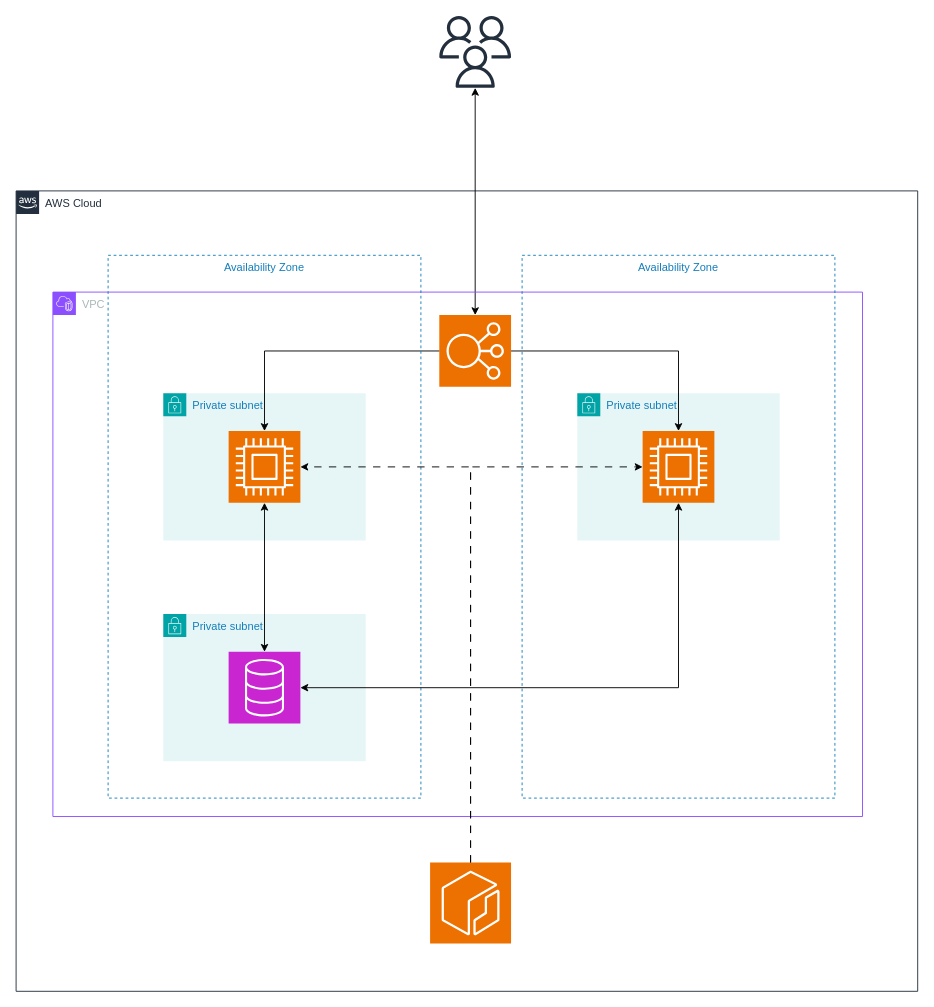
This is pyeditorial_diagram.drawio from erenduyuk/PyEditorial, a draw.io file, before an edit. Source tidied: cells renumbered, new cells numbered last; positions are measured from the earlier drawing's top-left corner, leaving out a move shared by most shapes. Both pictures are drawn from the tidied source at 92%, with x=0, y=0 at pixel (16, 16).
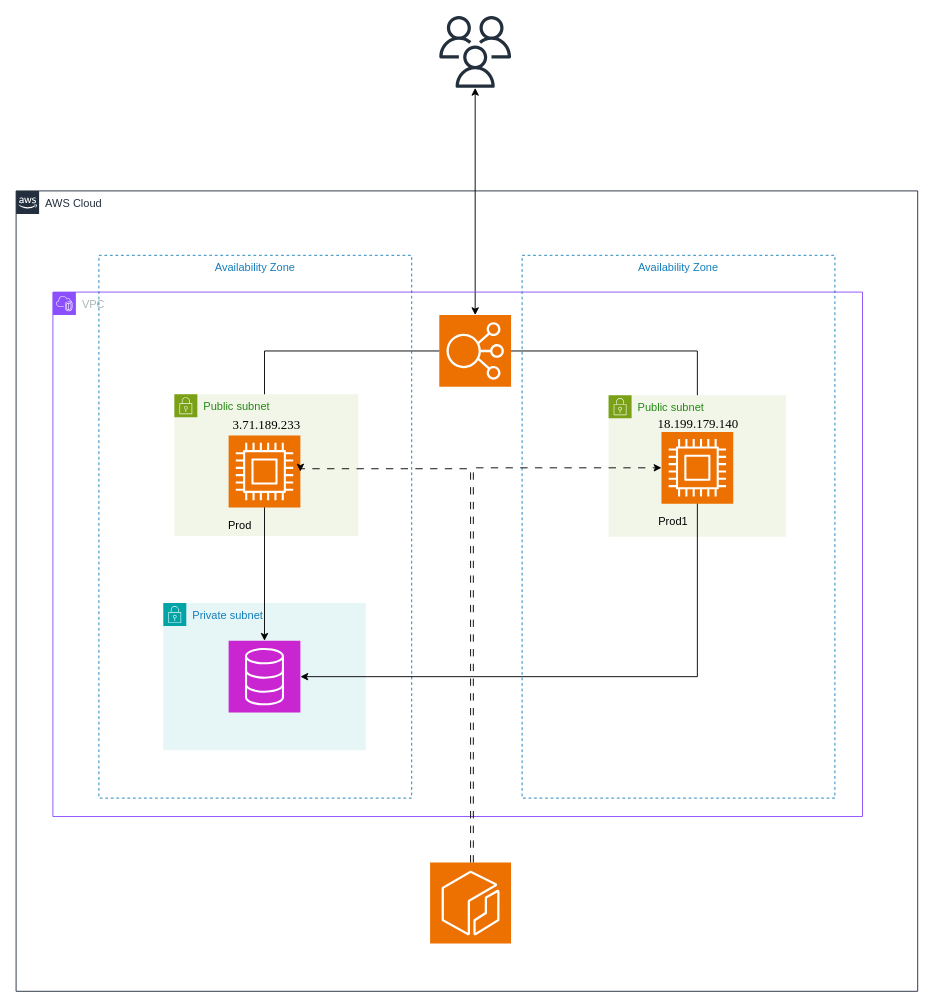
Above is the later version.

Unchanged cells that the change refers to:
```xml
<mxCell id="5" value="VPC" style="gradientColor=none;html=1;whiteSpace=wrap;fontSize=12;fontStyle=0;shape=mxgraph.aws4.group;grIcon=mxgraph.aws4.group_vpc2;strokeColor=#8C4FFF;fillColor=none;verticalAlign=top;align=left;spacingLeft=30;fontColor=#AAB7B8;dashed=0;" parent="1" vertex="1">
  <mxGeometry x="40" y="300" width="880" height="570" as="geometry" />
</mxCell>
<mxCell id="7" style="sketch=0;points=[[0,0,0],[0.25,0,0],[0.5,0,0],[0.75,0,0],[1,0,0],[0,1,0],[0.25,1,0],[0.5,1,0],[0.75,1,0],[1,1,0],[0,0.25,0],[0,0.5,0],[0,0.75,0],[1,0.25,0],[1,0.5,0],[1,0.75,0]];outlineConnect=0;fontColor=#232F3E;fillColor=#C925D1;strokeColor=#ffffff;dashed=0;verticalLabelPosition=bottom;verticalAlign=top;align=center;html=1;fontSize=12;fontStyle=0;shape=mxgraph.aws4.resourceIcon;resIcon=mxgraph.aws4.database;" parent="6" vertex="1">
  <mxGeometry x="71" y="41" width="78" height="78" as="geometry" />
</mxCell>
<mxCell id="8" style="sketch=0;points=[[0,0,0],[0.25,0,0],[0.5,0,0],[0.75,0,0],[1,0,0],[0,1,0],[0.25,1,0],[0.5,1,0],[0.75,1,0],[1,1,0],[0,0.25,0],[0,0.5,0],[0,0.75,0],[1,0.25,0],[1,0.5,0],[1,0.75,0]];outlineConnect=0;fontColor=#232F3E;fillColor=#ED7100;strokeColor=#ffffff;dashed=0;verticalLabelPosition=bottom;verticalAlign=top;align=center;html=1;fontSize=12;fontStyle=0;shape=mxgraph.aws4.resourceIcon;resIcon=mxgraph.aws4.elastic_load_balancing;" parent="5" vertex="1">
  <mxGeometry x="420" y="25" width="78" height="78" as="geometry" />
</mxCell>
<mxCell id="18" style="sketch=0;points=[[0,0,0],[0.25,0,0],[0.5,0,0],[0.75,0,0],[1,0,0],[0,1,0],[0.25,1,0],[0.5,1,0],[0.75,1,0],[1,1,0],[0,0.25,0],[0,0.5,0],[0,0.75,0],[1,0.25,0],[1,0.5,0],[1,0.75,0]];outlineConnect=0;fontColor=#232F3E;fillColor=#ED7100;strokeColor=#ffffff;dashed=0;verticalLabelPosition=bottom;verticalAlign=top;align=center;html=1;fontSize=12;fontStyle=0;shape=mxgraph.aws4.resourceIcon;resIcon=mxgraph.aws4.ecr;" parent="1" vertex="1">
  <mxGeometry x="450" y="920" width="88" height="88" as="geometry" />
</mxCell>
```

The edit, as a diff of the source:
```diff
@@
     <mxCell id="6" value="Private subnet" style="gradientColor=none;html=1;whiteSpace=wrap;fontSize=12;fontStyle=0;shape=mxgraph.aws4.group;grIcon=mxgraph.aws4.group_security_group;grStroke=0;strokeColor=#00A4A6;fillColor=#E6F6F7;verticalAlign=top;align=left;spacingLeft=30;fontColor=#147EBA;dashed=0;" parent="5" vertex="1">
-      <mxGeometry x="120" y="350" width="220" height="160" as="geometry" />
+      <mxGeometry x="120" y="338" width="220" height="160" as="geometry" />
     </mxCell>
@@
-    <mxCell id="9" value="Private subnet" style="gradientColor=none;html=1;whiteSpace=wrap;fontSize=12;fontStyle=0;shape=mxgraph.aws4.group;grIcon=mxgraph.aws4.group_security_group;grStroke=0;strokeColor=#00A4A6;fillColor=#E6F6F7;verticalAlign=top;align=left;spacingLeft=30;fontColor=#147EBA;dashed=0;" parent="5" vertex="1">
-      <mxGeometry x="120" y="110" width="220" height="160" as="geometry" />
-    </mxCell>
+    <mxCell id="11" style="edgeStyle=orthogonalEdgeStyle;rounded=0;jettySize=auto;html=1;entryX=0.5;entryY=0;entryDx=0;entryDy=0;entryPerimeter=0;" parent="5" edge="1" source="8" target="10">
+      <mxGeometry relative="1" as="geometry" />
+    </mxCell>
+    <mxCell id="22" value="Public subnet" style="gradientColor=none;html=1;whiteSpace=wrap;fontSize=12;fontStyle=0;shape=mxgraph.aws4.group;grIcon=mxgraph.aws4.group_security_group;grStroke=0;strokeColor=#7AA116;fillColor=#F2F6E8;verticalAlign=top;align=left;spacingLeft=30;fontColor=#248814;dashed=0;" parent="5" vertex="1">
+      <mxGeometry x="132" y="111" width="200" height="154" as="geometry" />
+    </mxCell>
-    <mxCell id="10" style="sketch=0;points=[[0,0,0],[0.25,0,0],[0.5,0,0],[0.75,0,0],[1,0,0],[0,1,0],[0.25,1,0],[0.5,1,0],[0.75,1,0],[1,1,0],[0,0.25,0],[0,0.5,0],[0,0.75,0],[1,0.25,0],[1,0.5,0],[1,0.75,0]];outlineConnect=0;fontColor=#232F3E;fillColor=#ED7100;strokeColor=#ffffff;dashed=0;verticalLabelPosition=bottom;verticalAlign=top;align=center;html=1;fontSize=12;fontStyle=0;shape=mxgraph.aws4.resourceIcon;resIcon=mxgraph.aws4.compute;" parent="9" vertex="1">
-      <mxGeometry x="71" y="41" width="78" height="78" as="geometry" />
+    <mxCell id="10" style="sketch=0;points=[[0,0,0],[0.25,0,0],[0.5,0,0],[0.75,0,0],[1,0,0],[0,1,0],[0.25,1,0],[0.5,1,0],[0.75,1,0],[1,1,0],[0,0.25,0],[0,0.5,0],[0,0.75,0],[1,0.25,0],[1,0.5,0],[1,0.75,0]];outlineConnect=0;fontColor=#232F3E;fillColor=#ED7100;strokeColor=#ffffff;dashed=0;verticalLabelPosition=bottom;verticalAlign=top;align=center;html=1;fontSize=12;fontStyle=0;shape=mxgraph.aws4.resourceIcon;resIcon=mxgraph.aws4.compute;" parent="22" vertex="1">
+      <mxGeometry x="59" y="45" width="78" height="78" as="geometry" />
     </mxCell>
-    <mxCell id="11" style="edgeStyle=orthogonalEdgeStyle;rounded=0;jettySize=auto;html=1;entryX=0.5;entryY=0;entryDx=0;entryDy=0;entryPerimeter=0;" parent="5" edge="1" source="8" target="10">
-      <mxGeometry relative="1" as="geometry" />
-    </mxCell>
+    <mxCell id="23" value="&lt;span style=&quot;font-family: Times; font-size: 14px; text-align: start; white-space-collapse: preserve;&quot;&gt;3.71.189.233&lt;/span&gt;" style="text;html=1;align=center;verticalAlign=middle;strokeColor=none;fillColor=none;" parent="22" vertex="1">
+      <mxGeometry x="54" y="19" width="92" height="29" as="geometry" />
+    </mxCell>
+    <mxCell id="24" value="Prod" style="text;html=1;align=center;verticalAlign=middle;strokeColor=none;fillColor=none;" parent="22" vertex="1">
+      <mxGeometry x="49" y="129.5" width="43" height="26" as="geometry" />
+    </mxCell>
-    <mxCell id="12" style="edgeStyle=orthogonalEdgeStyle;rounded=0;jettySize=auto;html=1;entryX=0.5;entryY=0;entryDx=0;entryDy=0;entryPerimeter=0;endArrow=classic;endFill=1;startArrow=classic;startFill=1;" parent="5" edge="1" source="10" target="7">
+    <mxCell id="12" style="edgeStyle=orthogonalEdgeStyle;rounded=0;jettySize=auto;html=1;entryX=0.5;entryY=0;entryDx=0;entryDy=0;entryPerimeter=0;" parent="5" edge="1" source="10" target="7">
       <mxGeometry relative="1" as="geometry" />
     </mxCell>
@@
-    <mxCell id="14" value="Private subnet" style="gradientColor=none;html=1;whiteSpace=wrap;fontSize=12;fontStyle=0;shape=mxgraph.aws4.group;grIcon=mxgraph.aws4.group_security_group;grStroke=0;strokeColor=#00A4A6;fillColor=#E6F6F7;verticalAlign=top;align=left;spacingLeft=30;fontColor=#147EBA;dashed=0;" parent="1" vertex="1">
-      <mxGeometry x="610" y="410" width="220" height="160" as="geometry" />
-    </mxCell>
-    <mxCell id="15" style="sketch=0;points=[[0,0,0],[0.25,0,0],[0.5,0,0],[0.75,0,0],[1,0,0],[0,1,0],[0.25,1,0],[0.5,1,0],[0.75,1,0],[1,1,0],[0,0.25,0],[0,0.5,0],[0,0.75,0],[1,0.25,0],[1,0.5,0],[1,0.75,0]];outlineConnect=0;fontColor=#232F3E;fillColor=#ED7100;strokeColor=#ffffff;dashed=0;verticalLabelPosition=bottom;verticalAlign=top;align=center;html=1;fontSize=12;fontStyle=0;shape=mxgraph.aws4.resourceIcon;resIcon=mxgraph.aws4.compute;" parent="14" vertex="1">
-      <mxGeometry x="71" y="41" width="78" height="78" as="geometry" />
-    </mxCell>
     <mxCell id="16" value="Availability Zone" style="fillColor=none;strokeColor=#147EBA;dashed=1;verticalAlign=top;fontStyle=0;fontColor=#147EBA;whiteSpace=wrap;html=1;" parent="1" vertex="1">
-      <mxGeometry x="100" y="260" width="340" height="590" as="geometry" />
+      <mxGeometry x="90" y="260" width="340" height="590" as="geometry" />
     </mxCell>
-    <mxCell id="17" style="edgeStyle=orthogonalEdgeStyle;rounded=0;jettySize=auto;html=1;entryX=1;entryY=0.5;entryDx=0;entryDy=0;entryPerimeter=0;exitX=0.5;exitY=1;exitDx=0;exitDy=0;exitPerimeter=0;startArrow=classic;startFill=1;" parent="1" edge="1" source="15" target="7">
-      <mxGeometry relative="1" as="geometry" />
-    </mxCell>
@@
-    <mxCell id="19" style="edgeStyle=orthogonalEdgeStyle;rounded=0;jettySize=auto;html=1;entryX=0;entryY=0.5;entryDx=0;entryDy=0;entryPerimeter=0;exitX=0.5;exitY=0;exitDx=0;exitDy=0;exitPerimeter=0;dashed=1;dashPattern=8 8;" parent="1" edge="1" source="18" target="15">
-      <mxGeometry relative="1" as="geometry" />
-    </mxCell>
     <mxCell id="20" style="edgeStyle=orthogonalEdgeStyle;rounded=0;jettySize=auto;html=1;entryX=1;entryY=0.5;entryDx=0;entryDy=0;entryPerimeter=0;exitX=0.5;exitY=0;exitDx=0;exitDy=0;exitPerimeter=0;dashed=1;dashPattern=8 8;" parent="1" edge="1" source="18" target="10">
-      <mxGeometry relative="1" as="geometry" />
+      <mxGeometry relative="1" as="geometry">
+        <Array as="points">
+          <mxPoint x="494" y="492" />
+        </Array>
+      </mxGeometry>
     </mxCell>
@@
+    <mxCell id="25" value="Public subnet" style="gradientColor=none;html=1;whiteSpace=wrap;fontSize=12;fontStyle=0;shape=mxgraph.aws4.group;grIcon=mxgraph.aws4.group_security_group;grStroke=0;strokeColor=#7AA116;fillColor=#F2F6E8;verticalAlign=top;align=left;spacingLeft=30;fontColor=#248814;dashed=0;" parent="1" vertex="1">
+      <mxGeometry x="644" y="412" width="193" height="154" as="geometry" />
+    </mxCell>
+    <mxCell id="15" style="sketch=0;points=[[0,0,0],[0.25,0,0],[0.5,0,0],[0.75,0,0],[1,0,0],[0,1,0],[0.25,1,0],[0.5,1,0],[0.75,1,0],[1,1,0],[0,0.25,0],[0,0.5,0],[0,0.75,0],[1,0.25,0],[1,0.5,0],[1,0.75,0]];outlineConnect=0;fontColor=#232F3E;fillColor=#ED7100;strokeColor=#ffffff;dashed=0;verticalLabelPosition=bottom;verticalAlign=top;align=center;html=1;fontSize=12;fontStyle=0;shape=mxgraph.aws4.resourceIcon;resIcon=mxgraph.aws4.compute;" parent="25" vertex="1">
+      <mxGeometry x="57.5" y="40" width="78" height="78" as="geometry" />
+    </mxCell>
+    <mxCell id="19" style="edgeStyle=orthogonalEdgeStyle;rounded=0;jettySize=auto;html=1;entryX=0;entryY=0.5;entryDx=0;entryDy=0;entryPerimeter=0;dashed=1;dashPattern=8 8;" parent="1" edge="1" source="18" target="15">
+      <mxGeometry relative="1" as="geometry">
+        <Array as="points">
+          <mxPoint x="497" y="491" />
+        </Array>
+      </mxGeometry>
+    </mxCell>
+    <mxCell id="17" style="edgeStyle=orthogonalEdgeStyle;rounded=0;jettySize=auto;html=1;entryX=1;entryY=0.5;entryDx=0;entryDy=0;entryPerimeter=0;" parent="1" edge="1" source="15" target="7">
+      <mxGeometry relative="1" as="geometry">
+        <Array as="points">
+          <mxPoint x="741" y="718" />
+        </Array>
+      </mxGeometry>
+    </mxCell>
+    <mxCell id="26" value="Prod1" style="text;html=1;align=center;verticalAlign=middle;strokeColor=none;fillColor=none;" parent="1" vertex="1">
+      <mxGeometry x="689" y="537" width="50" height="26" as="geometry" />
+    </mxCell>
+    <mxCell id="27" value="&lt;span style=&quot;color: rgb(0, 0, 0); font-family: Times; font-size: 14px; font-style: normal; font-variant-ligatures: normal; font-variant-caps: normal; font-weight: 400; letter-spacing: normal; orphans: 2; text-align: start; text-indent: 0px; text-transform: none; widows: 2; word-spacing: 0px; -webkit-text-stroke-width: 0px; white-space: pre; text-decoration-thickness: initial; text-decoration-style: initial; text-decoration-color: initial; display: inline !important; float: none;&quot;&gt;18.199.179.140&lt;/span&gt;" style="text;html=1;align=center;verticalAlign=middle;strokeColor=none;fillColor=none;" parent="1" vertex="1">
+      <mxGeometry x="687.5" y="429" width="106" height="29" as="geometry" />
+    </mxCell>
```
